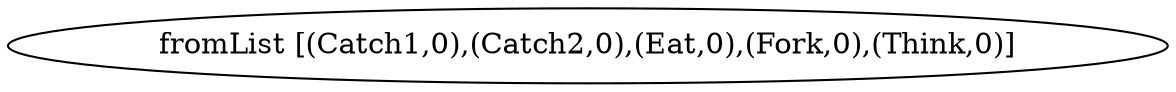
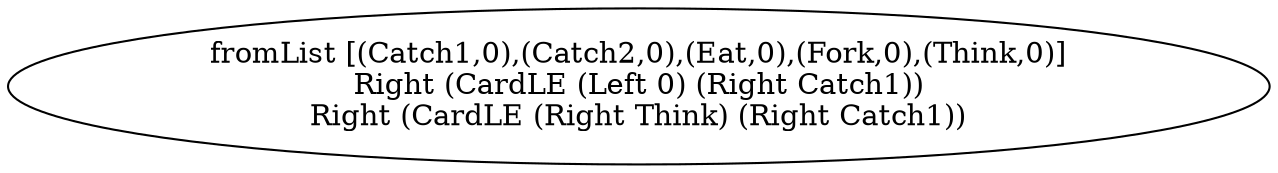
digraph TS {
-     "fromList [(Catch1,0),(Catch2,0),(Eat,0),(Fork,0),(Think,0)]" [label = "fromList [(Catch1,0),(Catch2,0),(Eat,0),(Fork,0),(Think,0)]"];
+     "fromList [(Catch1,0),(Catch2,0),(Eat,0),(Fork,0),(Think,0)]" [label = "fromList [(Catch1,0),(Catch2,0),(Eat,0),(Fork,0),(Think,0)]
+ Right (CardLE (Left 0) (Right Catch1))
+ Right (CardLE (Right Think) (Right Catch1))"];
}